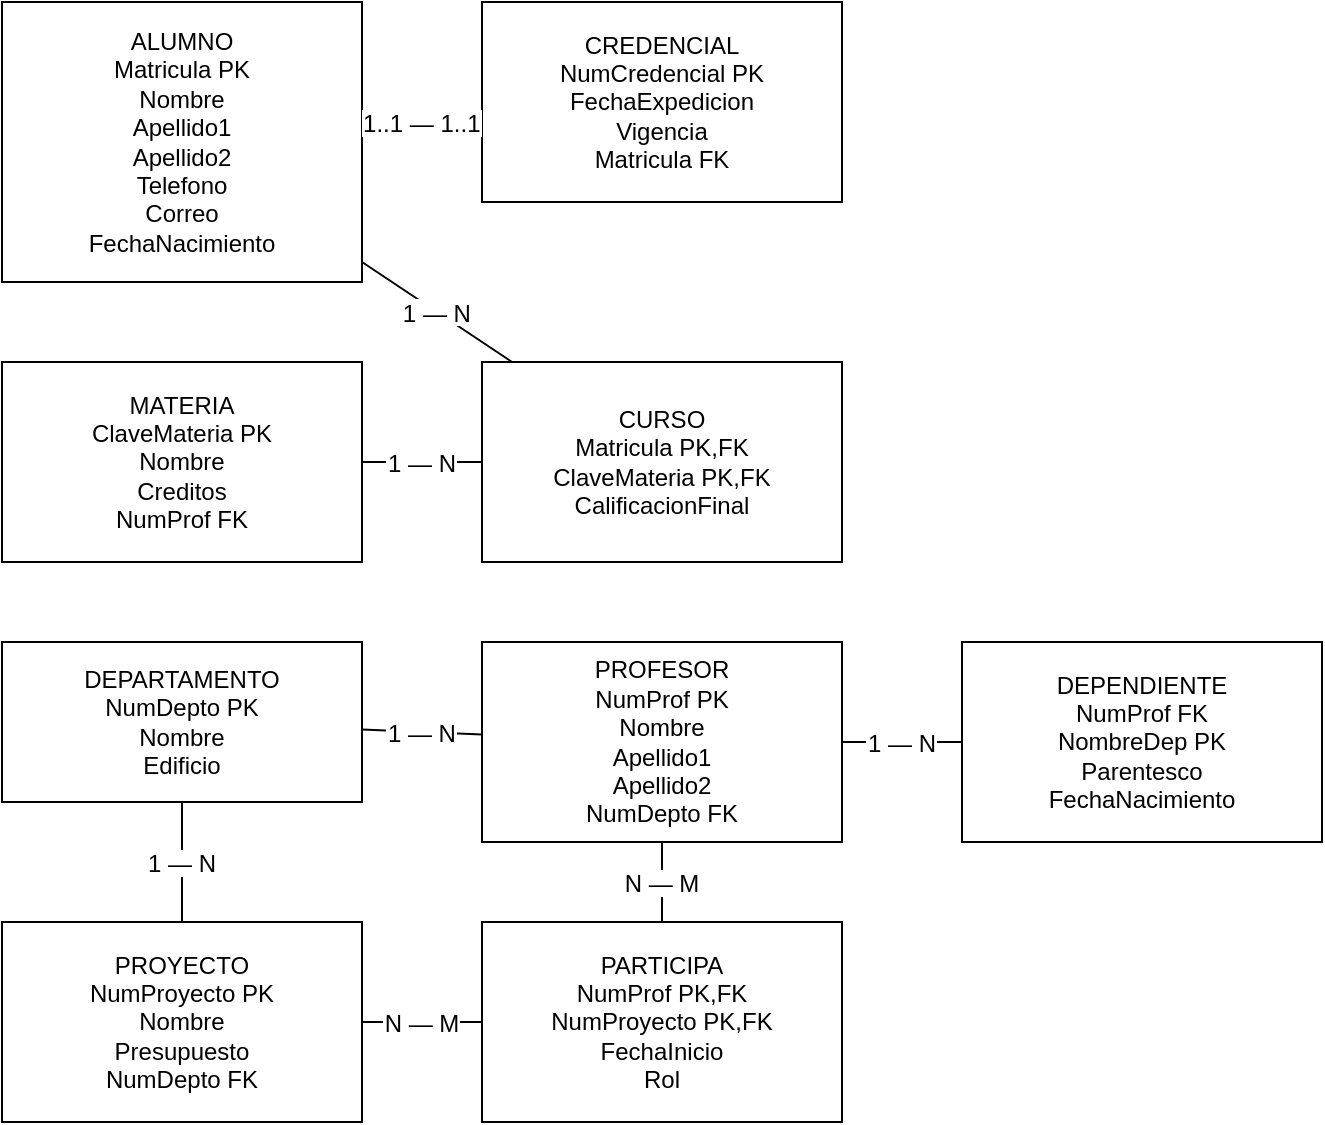
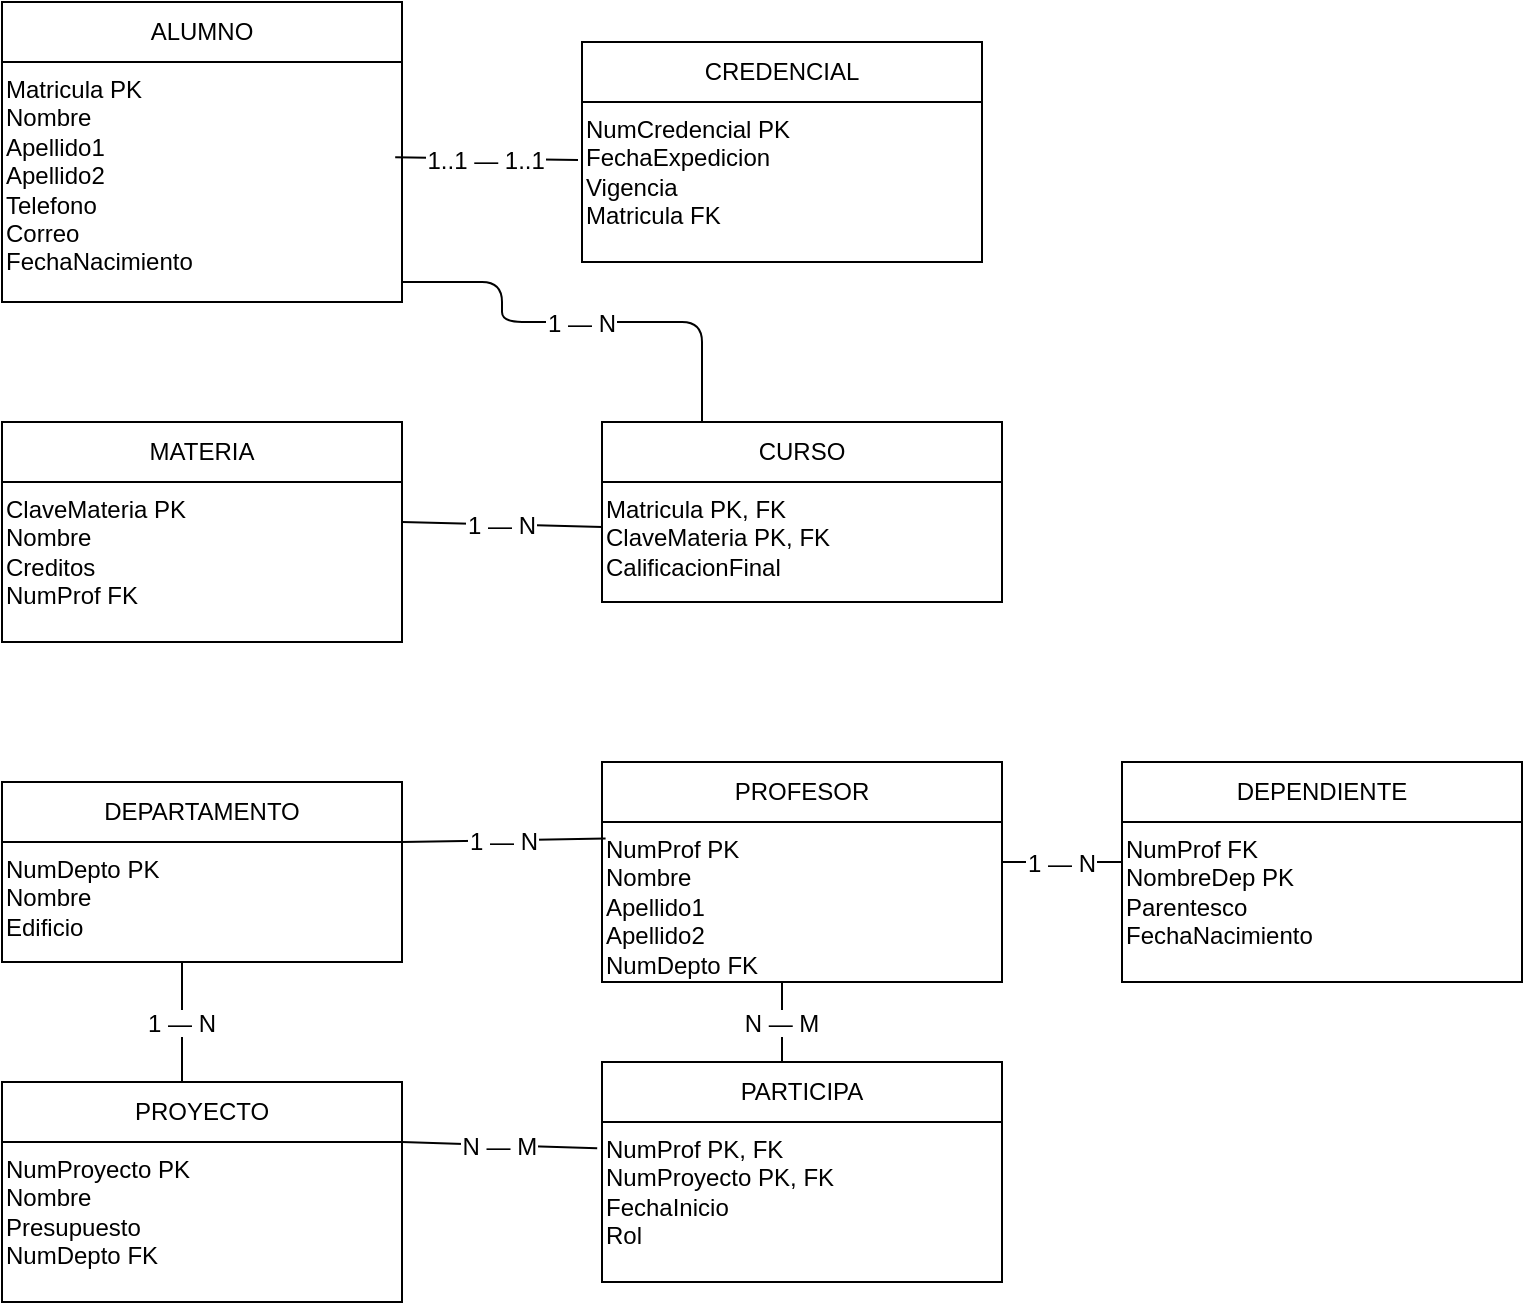
<mxfile host="Electron">
  <diagram name="7R" id="0">
-     <mxGraphModel dx="1030" dy="722" grid="1" gridSize="10" guides="0" tooltips="1" connect="1" arrows="1" fold="1" page="1" pageScale="1" pageWidth="827" pageHeight="1169" math="0" shadow="0">
+     <mxGraphModel dx="1084" dy="796" grid="1" gridSize="10" guides="0" tooltips="1" connect="1" arrows="1" fold="1" page="1" pageScale="1" pageWidth="827" pageHeight="1169" math="0" shadow="0">
      <root>
        <mxGeometry relative="1" as="geometry" id="koKhOSCwTbcmIDsU8cV4-0">
          <mxCell />
        </mxGeometry>
        <mxCell id="1" parent="koKhOSCwTbcmIDsU8cV4-0" />
-         <mxCell id="Oi5HcwpqH6OXF7zUcfnu-22" parent="1" style="shape=rectangle;whiteSpace=wrap;html=1;" value="ALUMNO&#xa;Matricula PK&#xa;Nombre&#xa;Apellido1&#xa;Apellido2&#xa;Telefono&#xa;Correo&#xa;FechaNacimiento" vertex="1">
-           <mxGeometry height="140" width="180" x="40" y="280" as="geometry" />
+         <mxCell id="UY4IMHll-0ntY66YrtTu-28" parent="1" style="swimlane;fontStyle=0;childLayout=stackLayout;horizontal=1;startSize=30;             horizontalStack=0;resizeParent=1;resizeParentMax=0;resizeLast=0;             collapsible=1;marginBottom=0;whiteSpace=wrap;html=1;" value="ALUMNO" vertex="1">
+           <mxGeometry height="150" width="200" x="50" y="150" as="geometry" />
        </mxCell>
-         <mxCell id="Oi5HcwpqH6OXF7zUcfnu-23" parent="1" style="shape=rectangle;whiteSpace=wrap;html=1;" value="CREDENCIAL&#xa;NumCredencial PK&#xa;FechaExpedicion&#xa;Vigencia&#xa;Matricula FK" vertex="1">
-           <mxGeometry height="100" width="180" x="280" y="280" as="geometry" />
+         <mxCell id="UY4IMHll-0ntY66YrtTu-29" parent="UY4IMHll-0ntY66YrtTu-28" style="text;strokeColor=none;fillColor=none;align=left;html=1;" value="Matricula PK&#xa;Nombre&#xa;Apellido1&#xa;Apellido2&#xa;Telefono&#xa;Correo&#xa;FechaNacimiento" vertex="1">
+           <mxGeometry height="120" width="200" y="30" as="geometry" />
        </mxCell>
-         <mxCell id="Oi5HcwpqH6OXF7zUcfnu-24" edge="1" parent="1" source="Oi5HcwpqH6OXF7zUcfnu-22" style="endArrow=none;fontSize=12;" target="Oi5HcwpqH6OXF7zUcfnu-23" value="1..1 — 1..1">
-           <mxGeometry relative="1" as="geometry" />
+         <mxCell id="UY4IMHll-0ntY66YrtTu-30" parent="1" style="swimlane;fontStyle=0;childLayout=stackLayout;horizontal=1;startSize=30;             horizontalStack=0;resizeParent=1;resizeParentMax=0;resizeLast=0;             collapsible=1;marginBottom=0;whiteSpace=wrap;html=1;" value="CREDENCIAL" vertex="1">
+           <mxGeometry height="110" width="200" x="340" y="170" as="geometry" />
        </mxCell>
-         <mxCell id="Oi5HcwpqH6OXF7zUcfnu-25" parent="1" style="shape=rectangle;whiteSpace=wrap;html=1;" value="MATERIA&#xa;ClaveMateria PK&#xa;Nombre&#xa;Creditos&#xa;NumProf FK" vertex="1">
-           <mxGeometry height="100" width="180" x="40" y="460" as="geometry" />
+         <mxCell id="UY4IMHll-0ntY66YrtTu-31" parent="UY4IMHll-0ntY66YrtTu-30" style="text;strokeColor=none;fillColor=none;align=left;html=1;" value="NumCredencial PK&#xa;FechaExpedicion&#xa;Vigencia&#xa;Matricula FK" vertex="1">
+           <mxGeometry height="80" width="200" y="30" as="geometry" />
        </mxCell>
-         <mxCell id="Oi5HcwpqH6OXF7zUcfnu-26" parent="1" style="shape=rectangle;whiteSpace=wrap;html=1;" value="CURSO&#xa;Matricula PK,FK&#xa;ClaveMateria PK,FK&#xa;CalificacionFinal" vertex="1">
-           <mxGeometry height="100" width="180" x="280" y="460" as="geometry" />
+         <mxCell id="UY4IMHll-0ntY66YrtTu-32" parent="1" style="swimlane;fontStyle=0;childLayout=stackLayout;horizontal=1;startSize=30;             horizontalStack=0;resizeParent=1;resizeParentMax=0;resizeLast=0;             collapsible=1;marginBottom=0;whiteSpace=wrap;html=1;" value="MATERIA" vertex="1">
+           <mxGeometry height="110" width="200" x="50" y="360" as="geometry" />
        </mxCell>
-         <mxCell id="Oi5HcwpqH6OXF7zUcfnu-27" edge="1" parent="1" source="Oi5HcwpqH6OXF7zUcfnu-22" style="endArrow=none;fontSize=12;" target="Oi5HcwpqH6OXF7zUcfnu-26" value="1 — N">
-           <mxGeometry relative="1" as="geometry" />
+         <mxCell id="UY4IMHll-0ntY66YrtTu-33" parent="UY4IMHll-0ntY66YrtTu-32" style="text;strokeColor=none;fillColor=none;align=left;html=1;" value="ClaveMateria PK&#xa;Nombre&#xa;Creditos&#xa;NumProf FK" vertex="1">
+           <mxGeometry height="80" width="200" y="30" as="geometry" />
        </mxCell>
-         <mxCell id="Oi5HcwpqH6OXF7zUcfnu-28" edge="1" parent="1" source="Oi5HcwpqH6OXF7zUcfnu-25" style="endArrow=none;fontSize=12;" target="Oi5HcwpqH6OXF7zUcfnu-26" value="1 — N">
-           <mxGeometry relative="1" as="geometry" />
+         <mxCell id="UY4IMHll-0ntY66YrtTu-34" parent="1" style="swimlane;fontStyle=0;childLayout=stackLayout;horizontal=1;startSize=30;             horizontalStack=0;resizeParent=1;resizeParentMax=0;resizeLast=0;             collapsible=1;marginBottom=0;whiteSpace=wrap;html=1;" value="CURSO" vertex="1">
+           <mxGeometry height="90" width="200" x="350" y="360" as="geometry" />
        </mxCell>
-         <mxCell id="Oi5HcwpqH6OXF7zUcfnu-29" parent="1" style="shape=rectangle;whiteSpace=wrap;html=1;" value="DEPARTAMENTO&#xa;NumDepto PK&#xa;Nombre&#xa;Edificio" vertex="1">
-           <mxGeometry height="80" width="180" x="40" y="600" as="geometry" />
+         <mxCell id="UY4IMHll-0ntY66YrtTu-35" parent="UY4IMHll-0ntY66YrtTu-34" style="text;strokeColor=none;fillColor=none;align=left;html=1;" value="Matricula PK, FK&#xa;ClaveMateria PK, FK&#xa;CalificacionFinal" vertex="1">
+           <mxGeometry height="60" width="200" y="30" as="geometry" />
        </mxCell>
-         <mxCell id="Oi5HcwpqH6OXF7zUcfnu-30" parent="1" style="shape=rectangle;whiteSpace=wrap;html=1;" value="PROFESOR&#xa;NumProf PK&#xa;Nombre&#xa;Apellido1&#xa;Apellido2&#xa;NumDepto FK" vertex="1">
-           <mxGeometry height="100" width="180" x="280" y="600" as="geometry" />
+         <mxCell id="UY4IMHll-0ntY66YrtTu-36" edge="1" parent="1" source="UY4IMHll-0ntY66YrtTu-29" style="endArrow=none;fontSize=12;exitX=0.983;exitY=0.397;exitDx=0;exitDy=0;exitPerimeter=0;entryX=-0.01;entryY=0.363;entryDx=0;entryDy=0;entryPerimeter=0;" target="UY4IMHll-0ntY66YrtTu-31" value="1..1 — 1..1">
+           <mxGeometry relative="1" as="geometry">
+             <mxPoint x="280" y="235" as="sourcePoint" />
+             <mxPoint x="340" y="230" as="targetPoint" />
+           </mxGeometry>
        </mxCell>
-         <mxCell id="Oi5HcwpqH6OXF7zUcfnu-31" edge="1" parent="1" source="Oi5HcwpqH6OXF7zUcfnu-29" style="endArrow=none;fontSize=12;" target="Oi5HcwpqH6OXF7zUcfnu-30" value="1 — N">
-           <mxGeometry relative="1" as="geometry" />
+         <mxCell id="UY4IMHll-0ntY66YrtTu-37" edge="1" parent="1" style="endArrow=none;fontSize=12;entryX=0.25;entryY=0;entryDx=0;entryDy=0;" target="UY4IMHll-0ntY66YrtTu-34" value="1 — N">
+           <mxGeometry relative="1" as="geometry">
+             <Array as="points">
+               <mxPoint x="300" y="290" />
+               <mxPoint x="300" y="310" />
+               <mxPoint x="400" y="310" />
+             </Array>
+             <mxPoint x="250" y="290" as="sourcePoint" />
+             <mxPoint x="325" y="340" as="targetPoint" />
+           </mxGeometry>
        </mxCell>
-         <mxCell id="Oi5HcwpqH6OXF7zUcfnu-32" parent="1" style="shape=rectangle;whiteSpace=wrap;html=1;" value="PROYECTO&#xa;NumProyecto PK&#xa;Nombre&#xa;Presupuesto&#xa;NumDepto FK" vertex="1">
-           <mxGeometry height="100" width="180" x="40" y="740" as="geometry" />
+         <mxCell id="UY4IMHll-0ntY66YrtTu-38" edge="1" parent="1" source="UY4IMHll-0ntY66YrtTu-33" style="endArrow=none;fontSize=12;exitX=1;exitY=0.25;exitDx=0;exitDy=0;entryX=0.001;entryY=0.374;entryDx=0;entryDy=0;entryPerimeter=0;" target="UY4IMHll-0ntY66YrtTu-35" value="1 — N">
+           <mxGeometry relative="1" as="geometry">
+             <mxPoint x="280" y="410" as="sourcePoint" />
+             <mxPoint x="340" y="410" as="targetPoint" />
+           </mxGeometry>
        </mxCell>
-         <mxCell id="Oi5HcwpqH6OXF7zUcfnu-33" edge="1" parent="1" source="Oi5HcwpqH6OXF7zUcfnu-29" style="endArrow=none;fontSize=12;" target="Oi5HcwpqH6OXF7zUcfnu-32" value="1 — N">
-           <mxGeometry relative="1" as="geometry" />
+         <mxCell id="UY4IMHll-0ntY66YrtTu-39" parent="1" style="swimlane;fontStyle=0;childLayout=stackLayout;horizontal=1;startSize=30;             horizontalStack=0;resizeParent=1;resizeParentMax=0;resizeLast=0;             collapsible=1;marginBottom=0;whiteSpace=wrap;html=1;" value="DEPARTAMENTO" vertex="1">
+           <mxGeometry height="90" width="200" x="50" y="540" as="geometry" />
        </mxCell>
-         <mxCell id="Oi5HcwpqH6OXF7zUcfnu-34" parent="1" style="shape=rectangle;whiteSpace=wrap;html=1;" value="PARTICIPA&#xa;NumProf PK,FK&#xa;NumProyecto PK,FK&#xa;FechaInicio&#xa;Rol" vertex="1">
-           <mxGeometry height="100" width="180" x="280" y="740" as="geometry" />
+         <mxCell id="UY4IMHll-0ntY66YrtTu-40" parent="UY4IMHll-0ntY66YrtTu-39" style="text;strokeColor=none;fillColor=none;align=left;html=1;" value="NumDepto PK&#xa;Nombre&#xa;Edificio" vertex="1">
+           <mxGeometry height="60" width="200" y="30" as="geometry" />
        </mxCell>
-         <mxCell id="Oi5HcwpqH6OXF7zUcfnu-35" edge="1" parent="1" source="Oi5HcwpqH6OXF7zUcfnu-30" style="endArrow=none;fontSize=12;" target="Oi5HcwpqH6OXF7zUcfnu-34" value="N — M">
-           <mxGeometry relative="1" as="geometry" />
+         <mxCell id="UY4IMHll-0ntY66YrtTu-41" parent="1" style="swimlane;fontStyle=0;childLayout=stackLayout;horizontal=1;startSize=30;             horizontalStack=0;resizeParent=1;resizeParentMax=0;resizeLast=0;             collapsible=1;marginBottom=0;whiteSpace=wrap;html=1;" value="PROFESOR" vertex="1">
+           <mxGeometry height="110" width="200" x="350" y="530" as="geometry" />
        </mxCell>
-         <mxCell id="Oi5HcwpqH6OXF7zUcfnu-36" edge="1" parent="1" source="Oi5HcwpqH6OXF7zUcfnu-32" style="endArrow=none;fontSize=12;" target="Oi5HcwpqH6OXF7zUcfnu-34" value="N — M">
-           <mxGeometry relative="1" as="geometry" />
+         <mxCell id="UY4IMHll-0ntY66YrtTu-42" parent="UY4IMHll-0ntY66YrtTu-41" style="text;strokeColor=none;fillColor=none;align=left;html=1;" value="NumProf PK&#xa;Nombre&#xa;Apellido1&#xa;Apellido2&#xa;NumDepto FK" vertex="1">
+           <mxGeometry height="80" width="200" y="30" as="geometry" />
        </mxCell>
-         <mxCell id="Oi5HcwpqH6OXF7zUcfnu-37" parent="1" style="shape=rectangle;whiteSpace=wrap;html=1;" value="DEPENDIENTE&#xa;NumProf FK&#xa;NombreDep PK&#xa;Parentesco&#xa;FechaNacimiento" vertex="1">
-           <mxGeometry height="100" width="180" x="520" y="600" as="geometry" />
+         <mxCell id="UY4IMHll-0ntY66YrtTu-43" parent="1" style="swimlane;fontStyle=0;childLayout=stackLayout;horizontal=1;startSize=30;             horizontalStack=0;resizeParent=1;resizeParentMax=0;resizeLast=0;             collapsible=1;marginBottom=0;whiteSpace=wrap;html=1;" value="DEPENDIENTE" vertex="1">
+           <mxGeometry height="110" width="200" x="610" y="530" as="geometry" />
        </mxCell>
-         <mxCell id="Oi5HcwpqH6OXF7zUcfnu-38" edge="1" parent="1" source="Oi5HcwpqH6OXF7zUcfnu-30" style="endArrow=none;fontSize=12;" target="Oi5HcwpqH6OXF7zUcfnu-37" value="1 — N">
-           <mxGeometry relative="1" as="geometry" />
+         <mxCell id="UY4IMHll-0ntY66YrtTu-44" parent="UY4IMHll-0ntY66YrtTu-43" style="text;strokeColor=none;fillColor=none;align=left;html=1;" value="NumProf FK&#xa;NombreDep PK&#xa;Parentesco&#xa;FechaNacimiento" vertex="1">
+           <mxGeometry height="80" width="200" y="30" as="geometry" />
+         </mxCell>
+         <mxCell id="UY4IMHll-0ntY66YrtTu-45" edge="1" parent="1" source="UY4IMHll-0ntY66YrtTu-40" style="endArrow=none;fontSize=12;entryX=0.009;entryY=0.103;entryDx=0;entryDy=0;entryPerimeter=0;exitX=1;exitY=0;exitDx=0;exitDy=0;" target="UY4IMHll-0ntY66YrtTu-42" value="1 — N">
+           <mxGeometry relative="1" as="geometry">
+             <mxPoint x="280" y="570" as="sourcePoint" />
+             <mxPoint x="340" y="572.25" as="targetPoint" />
+           </mxGeometry>
+         </mxCell>
+         <mxCell id="UY4IMHll-0ntY66YrtTu-46" edge="1" parent="1" source="UY4IMHll-0ntY66YrtTu-42" style="endArrow=none;fontSize=12;exitX=1;exitY=0.25;exitDx=0;exitDy=0;" value="1 — N">
+           <mxGeometry relative="1" as="geometry">
+             <mxPoint x="570" y="580" as="sourcePoint" />
+             <mxPoint x="610" y="580" as="targetPoint" />
+           </mxGeometry>
+         </mxCell>
+         <mxCell id="UY4IMHll-0ntY66YrtTu-47" parent="1" style="swimlane;fontStyle=0;childLayout=stackLayout;horizontal=1;startSize=30;             horizontalStack=0;resizeParent=1;resizeParentMax=0;resizeLast=0;             collapsible=1;marginBottom=0;whiteSpace=wrap;html=1;" value="PROYECTO" vertex="1">
+           <mxGeometry height="110" width="200" x="50" y="690" as="geometry" />
+         </mxCell>
+         <mxCell id="UY4IMHll-0ntY66YrtTu-48" parent="UY4IMHll-0ntY66YrtTu-47" style="text;strokeColor=none;fillColor=none;align=left;html=1;" value="NumProyecto PK&#xa;Nombre&#xa;Presupuesto&#xa;NumDepto FK" vertex="1">
+           <mxGeometry height="80" width="200" y="30" as="geometry" />
+         </mxCell>
+         <mxCell id="UY4IMHll-0ntY66YrtTu-49" parent="1" style="swimlane;fontStyle=0;childLayout=stackLayout;horizontal=1;startSize=30;             horizontalStack=0;resizeParent=1;resizeParentMax=0;resizeLast=0;             collapsible=1;marginBottom=0;whiteSpace=wrap;html=1;" value="PARTICIPA" vertex="1">
+           <mxGeometry height="110" width="200" x="350" y="680" as="geometry" />
+         </mxCell>
+         <mxCell id="UY4IMHll-0ntY66YrtTu-50" parent="UY4IMHll-0ntY66YrtTu-49" style="text;strokeColor=none;fillColor=none;align=left;html=1;" value="NumProf PK, FK&#xa;NumProyecto PK, FK&#xa;FechaInicio&#xa;Rol" vertex="1">
+           <mxGeometry height="80" width="200" y="30" as="geometry" />
+         </mxCell>
+         <mxCell id="UY4IMHll-0ntY66YrtTu-51" edge="1" parent="1" style="endArrow=none;fontSize=12;" value="1 — N">
+           <mxGeometry relative="1" as="geometry">
+             <mxPoint x="140" y="630" as="sourcePoint" />
+             <mxPoint x="140" y="690" as="targetPoint" />
+           </mxGeometry>
+         </mxCell>
+         <mxCell id="UY4IMHll-0ntY66YrtTu-52" edge="1" parent="1" style="endArrow=none;fontSize=12;" value="N — M">
+           <mxGeometry relative="1" as="geometry">
+             <mxPoint x="440" y="640" as="sourcePoint" />
+             <mxPoint x="440" y="680" as="targetPoint" />
+           </mxGeometry>
+         </mxCell>
+         <mxCell id="UY4IMHll-0ntY66YrtTu-54" edge="1" parent="1" source="UY4IMHll-0ntY66YrtTu-48" style="endArrow=none;fontSize=12;exitX=1;exitY=0;exitDx=0;exitDy=0;entryX=-0.012;entryY=0.164;entryDx=0;entryDy=0;entryPerimeter=0;" target="UY4IMHll-0ntY66YrtTu-50" value="N — M">
+           <mxGeometry relative="1" as="geometry">
+             <mxPoint x="280" y="720" as="sourcePoint" />
+             <mxPoint x="340" y="720" as="targetPoint" />
+           </mxGeometry>
        </mxCell>
      </root>
    </mxGraphModel>
  </diagram>
</mxfile>
